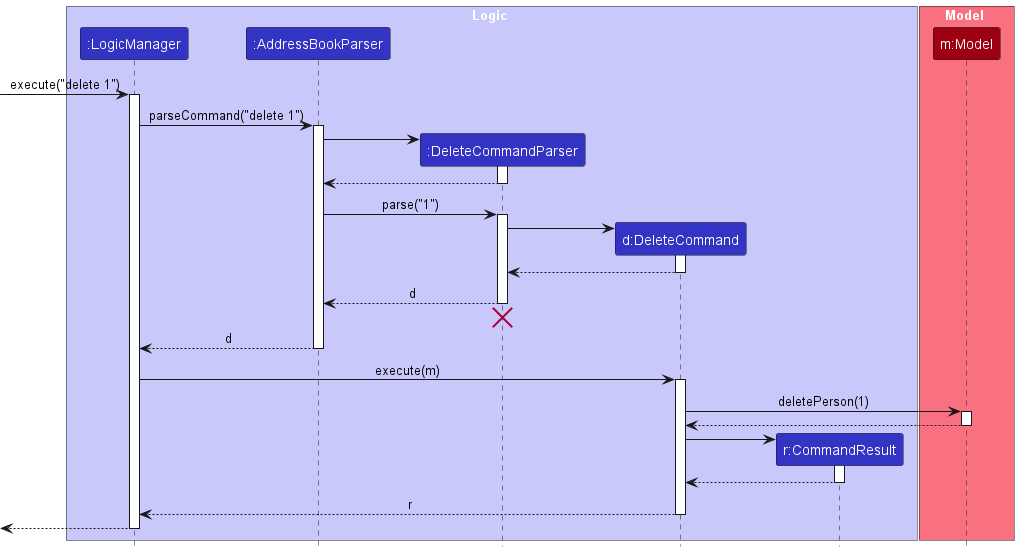
Earlier version of the PlantUML export docs/images/DeleteSequenceDiagram.png (nus-cs2103-AY2425S1/tp).
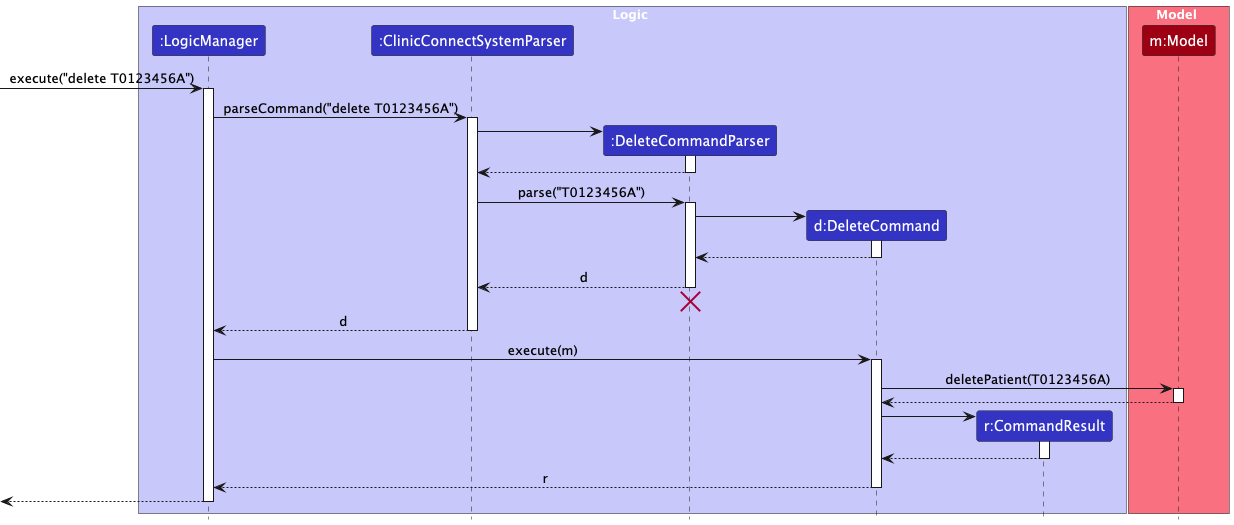
Later version of the same file.

Commit message:
Fix delete examples in architecture components

Change to the diagram source:
```diff
@@ -4,7 +4,7 @@
 
 box Logic LOGIC_COLOR_T1
 participant ":LogicManager" as LogicManager LOGIC_COLOR
-participant ":AddressBookParser" as AddressBookParser LOGIC_COLOR
+participant ":ClinicConnectSystemParser" as ClinicConnectSystemParser LOGIC_COLOR
 participant ":DeleteCommandParser" as DeleteCommandParser LOGIC_COLOR
 participant "d:DeleteCommand" as DeleteCommand LOGIC_COLOR
 participant "r:CommandResult" as CommandResult LOGIC_COLOR
@@ -14,20 +14,20 @@
 participant "m:Model" as Model MODEL_COLOR
 end box
 
-[-> LogicManager : execute("delete 1")
+[-> LogicManager : execute("delete T0123456A")
 activate LogicManager
 
-LogicManager -> AddressBookParser : parseCommand("delete 1")
-activate AddressBookParser
+LogicManager -> ClinicConnectSystemParser : parseCommand("delete T0123456A")
+activate ClinicConnectSystemParser
 
 create DeleteCommandParser
-AddressBookParser -> DeleteCommandParser
+ClinicConnectSystemParser -> DeleteCommandParser
 activate DeleteCommandParser
 
-DeleteCommandParser --> AddressBookParser
+DeleteCommandParser --> ClinicConnectSystemParser
 deactivate DeleteCommandParser
 
-AddressBookParser -> DeleteCommandParser : parse("1")
+ClinicConnectSystemParser -> DeleteCommandParser : parse("T0123456A")
 activate DeleteCommandParser
 
 create DeleteCommand
@@ -37,18 +37,18 @@
 DeleteCommand --> DeleteCommandParser :
 deactivate DeleteCommand
 
-DeleteCommandParser --> AddressBookParser : d
+DeleteCommandParser --> ClinicConnectSystemParser : d
 deactivate DeleteCommandParser
-DeleteCommandParser -[hidden]-> AddressBookParser
+DeleteCommandParser -[hidden]-> ClinicConnectSystemParser
 destroy DeleteCommandParser
 
-AddressBookParser --> LogicManager : d
-deactivate AddressBookParser
+ClinicConnectSystemParser --> LogicManager : d
+deactivate ClinicConnectSystemParser
 
 LogicManager -> DeleteCommand : execute(m)
 activate DeleteCommand
 
-DeleteCommand -> Model : deletePerson(1)
+DeleteCommand -> Model : deletePatient(T0123456A)
 activate Model
 
 Model --> DeleteCommand
```
